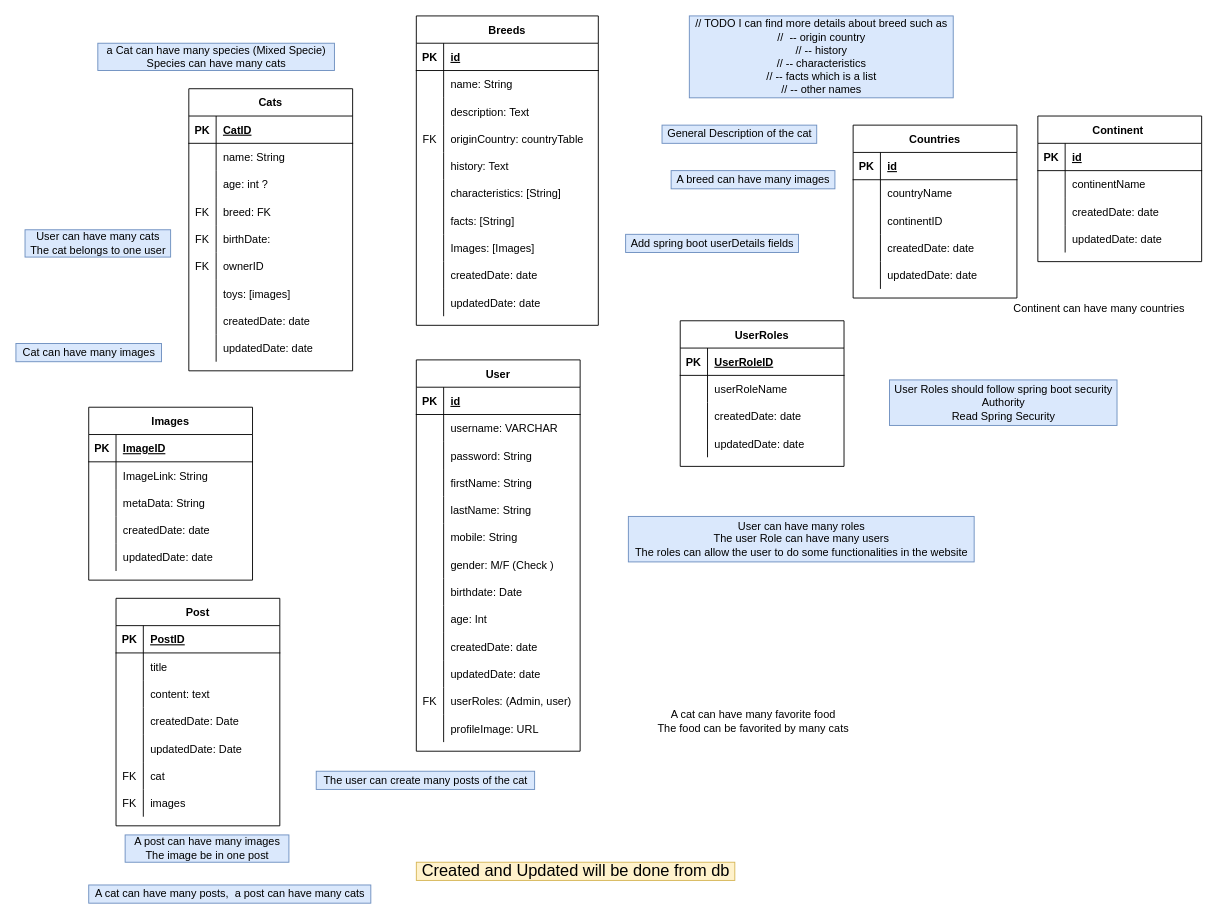
Above: documentation/diagrams/database/ERD.drawio in not9ahmed/cats-finder (draw.io), before the change. Source tidied: cells renumbered, new cells numbered last; positions are measured from the earlier drawing's top-left corner, leaving out a move shared by most shapes. Both pictures are drawn from the tidied source at 91%, with x=0, y=0 at pixel (15, 15).
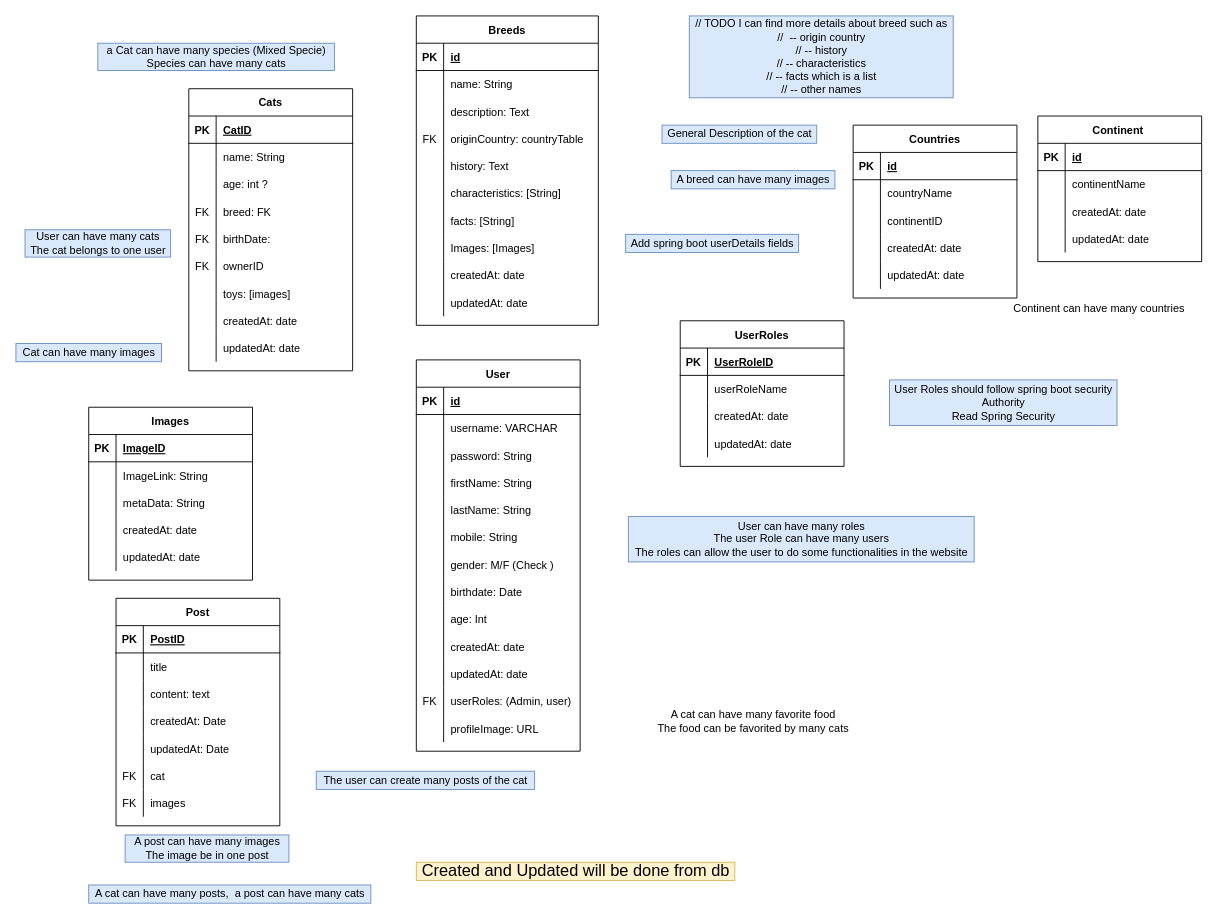
After the change.

The change refers to these unchanged cells:
```xml
<mxCell id="24" style="shape=tableRow;horizontal=0;startSize=0;swimlaneHead=0;swimlaneBody=0;fillColor=none;top=0;left=0;right=0;bottom=0;" parent="2" vertex="1">
  <mxGeometry y="240" width="180" height="30" as="geometry" />
</mxCell>
<mxCell id="27" style="shape=tableRow;horizontal=0;startSize=0;swimlaneHead=0;swimlaneBody=0;fillColor=none;top=0;left=0;right=0;bottom=0;" parent="2" vertex="1">
  <mxGeometry y="270" width="180" height="30" as="geometry" />
</mxCell>
<mxCell id="38" style="shape=tableRow;horizontal=0;startSize=0;swimlaneHead=0;swimlaneBody=0;fillColor=none;top=0;left=0;right=0;bottom=0;" parent="31" vertex="1">
  <mxGeometry y="90" width="180" height="30" as="geometry" />
</mxCell>
<mxCell id="41" style="shape=tableRow;horizontal=0;startSize=0;swimlaneHead=0;swimlaneBody=0;fillColor=none;top=0;left=0;right=0;bottom=0;" parent="31" vertex="1">
  <mxGeometry y="120" width="180" height="30" as="geometry" />
</mxCell>
<mxCell id="55" style="shape=tableRow;horizontal=0;startSize=0;swimlaneHead=0;swimlaneBody=0;fillColor=none;top=0;left=0;right=0;bottom=0;" parent="45" vertex="1">
  <mxGeometry y="120" width="180" height="30" as="geometry" />
</mxCell>
<mxCell id="58" style="shape=tableRow;horizontal=0;startSize=0;swimlaneHead=0;swimlaneBody=0;fillColor=none;top=0;left=0;right=0;bottom=0;" parent="45" vertex="1">
  <mxGeometry y="150" width="180" height="30" as="geometry" />
</mxCell>
<mxCell id="74" style="shape=tableRow;horizontal=0;startSize=0;swimlaneHead=0;swimlaneBody=0;fillColor=none;top=0;left=0;right=0;bottom=0;" parent="64" vertex="1">
  <mxGeometry y="120" width="180" height="30" as="geometry" />
</mxCell>
<mxCell id="77" style="shape=tableRow;horizontal=0;startSize=0;swimlaneHead=0;swimlaneBody=0;fillColor=none;top=0;left=0;right=0;bottom=0;" parent="64" vertex="1">
  <mxGeometry y="150" width="180" height="30" as="geometry" />
</mxCell>
<mxCell id="115" style="shape=tableRow;horizontal=0;startSize=0;swimlaneHead=0;swimlaneBody=0;fillColor=none;top=0;left=0;right=0;bottom=0;" parent="90" vertex="1">
  <mxGeometry y="270" width="200" height="30" as="geometry" />
</mxCell>
<mxCell id="118" style="shape=tableRow;horizontal=0;startSize=0;swimlaneHead=0;swimlaneBody=0;fillColor=none;top=0;left=0;right=0;bottom=0;" parent="90" vertex="1">
  <mxGeometry y="300" width="200" height="30" as="geometry" />
</mxCell>
<mxCell id="150" style="shape=tableRow;horizontal=0;startSize=0;swimlaneHead=0;swimlaneBody=0;fillColor=none;top=0;left=0;right=0;bottom=0;" parent="122" vertex="1">
  <mxGeometry y="300" width="180" height="30" as="geometry" />
</mxCell>
<mxCell id="153" style="shape=tableRow;horizontal=0;startSize=0;swimlaneHead=0;swimlaneBody=0;fillColor=none;top=0;left=0;right=0;bottom=0;" parent="122" vertex="1">
  <mxGeometry y="330" width="180" height="30" as="geometry" />
</mxCell>
<mxCell id="173" style="shape=tableRow;horizontal=0;startSize=0;swimlaneHead=0;swimlaneBody=0;fillColor=none;top=0;left=0;right=0;bottom=0;" parent="163" vertex="1">
  <mxGeometry y="120" width="180" height="30" as="geometry" />
</mxCell>
<mxCell id="176" style="shape=tableRow;horizontal=0;startSize=0;swimlaneHead=0;swimlaneBody=0;fillColor=none;top=0;left=0;right=0;bottom=0;" parent="163" vertex="1">
  <mxGeometry y="150" width="180" height="30" as="geometry" />
</mxCell>
<mxCell id="186" style="shape=tableRow;horizontal=0;startSize=0;swimlaneHead=0;swimlaneBody=0;fillColor=none;top=0;left=0;right=0;bottom=0;" parent="179" vertex="1">
  <mxGeometry y="90" width="180" height="30" as="geometry" />
</mxCell>
<mxCell id="189" style="shape=tableRow;horizontal=0;startSize=0;swimlaneHead=0;swimlaneBody=0;fillColor=none;top=0;left=0;right=0;bottom=0;" parent="179" vertex="1">
  <mxGeometry y="120" width="180" height="30" as="geometry" />
</mxCell>
```

What changed in the source:
```diff
@@
-    <mxCell id="26" value="createdDate: date" style="shape=partialRectangle;fillColor=none;top=0;left=0;bottom=0;right=0;align=left;spacingLeft=6;overflow=hidden;" parent="24" vertex="1">
+    <mxCell id="26" value="createdAt: date" style="shape=partialRectangle;fillColor=none;top=0;left=0;bottom=0;right=0;align=left;spacingLeft=6;overflow=hidden;" parent="24" vertex="1">
       <mxGeometry x="30" width="150" height="30" as="geometry" />
     </mxCell>
@@
-    <mxCell id="29" value="updatedDate: date" style="shape=partialRectangle;fillColor=none;top=0;left=0;bottom=0;right=0;align=left;spacingLeft=6;overflow=hidden;" parent="27" vertex="1">
+    <mxCell id="29" value="updatedAt: date" style="shape=partialRectangle;fillColor=none;top=0;left=0;bottom=0;right=0;align=left;spacingLeft=6;overflow=hidden;" parent="27" vertex="1">
       <mxGeometry x="30" width="150" height="30" as="geometry" />
     </mxCell>
@@
-    <mxCell id="40" value="createdDate: date" style="shape=partialRectangle;fillColor=none;top=0;left=0;bottom=0;right=0;align=left;spacingLeft=6;overflow=hidden;" parent="38" vertex="1">
+    <mxCell id="40" value="createdAt: date" style="shape=partialRectangle;fillColor=none;top=0;left=0;bottom=0;right=0;align=left;spacingLeft=6;overflow=hidden;" parent="38" vertex="1">
       <mxGeometry x="30" width="150" height="30" as="geometry" />
     </mxCell>
@@
-    <mxCell id="43" value="updatedDate: date" style="shape=partialRectangle;fillColor=none;top=0;left=0;bottom=0;right=0;align=left;spacingLeft=6;overflow=hidden;" parent="41" vertex="1">
+    <mxCell id="43" value="updatedAt: date" style="shape=partialRectangle;fillColor=none;top=0;left=0;bottom=0;right=0;align=left;spacingLeft=6;overflow=hidden;" parent="41" vertex="1">
       <mxGeometry x="30" width="150" height="30" as="geometry" />
     </mxCell>
@@
-    <mxCell id="57" value="createdDate: date" style="shape=partialRectangle;fillColor=none;top=0;left=0;bottom=0;right=0;align=left;spacingLeft=6;overflow=hidden;" parent="55" vertex="1">
+    <mxCell id="57" value="createdAt: date" style="shape=partialRectangle;fillColor=none;top=0;left=0;bottom=0;right=0;align=left;spacingLeft=6;overflow=hidden;" parent="55" vertex="1">
       <mxGeometry x="30" width="150" height="30" as="geometry" />
     </mxCell>
@@
-    <mxCell id="60" value="updatedDate: date" style="shape=partialRectangle;fillColor=none;top=0;left=0;bottom=0;right=0;align=left;spacingLeft=6;overflow=hidden;" parent="58" vertex="1">
+    <mxCell id="60" value="updatedAt: date" style="shape=partialRectangle;fillColor=none;top=0;left=0;bottom=0;right=0;align=left;spacingLeft=6;overflow=hidden;" parent="58" vertex="1">
       <mxGeometry x="30" width="150" height="30" as="geometry" />
     </mxCell>
@@
-    <mxCell id="76" value="createdDate: Date" style="shape=partialRectangle;fillColor=none;top=0;left=0;bottom=0;right=0;align=left;spacingLeft=6;overflow=hidden;" parent="74" vertex="1">
+    <mxCell id="76" value="createdAt: Date" style="shape=partialRectangle;fillColor=none;top=0;left=0;bottom=0;right=0;align=left;spacingLeft=6;overflow=hidden;" parent="74" vertex="1">
       <mxGeometry x="30" width="150" height="30" as="geometry" />
     </mxCell>
@@
-    <mxCell id="79" value="updatedDate: Date" style="shape=partialRectangle;fillColor=none;top=0;left=0;bottom=0;right=0;align=left;spacingLeft=6;overflow=hidden;" parent="77" vertex="1">
+    <mxCell id="79" value="updatedAt: Date" style="shape=partialRectangle;fillColor=none;top=0;left=0;bottom=0;right=0;align=left;spacingLeft=6;overflow=hidden;" parent="77" vertex="1">
       <mxGeometry x="30" width="150" height="30" as="geometry" />
     </mxCell>
@@
-    <mxCell id="117" value="createdDate: date" style="shape=partialRectangle;fillColor=none;top=0;left=0;bottom=0;right=0;align=left;spacingLeft=6;overflow=hidden;" parent="115" vertex="1">
+    <mxCell id="117" value="createdAt: date" style="shape=partialRectangle;fillColor=none;top=0;left=0;bottom=0;right=0;align=left;spacingLeft=6;overflow=hidden;" parent="115" vertex="1">
       <mxGeometry x="30" width="170" height="30" as="geometry" />
     </mxCell>
@@
-    <mxCell id="120" value="updatedDate: date" style="shape=partialRectangle;fillColor=none;top=0;left=0;bottom=0;right=0;align=left;spacingLeft=6;overflow=hidden;" parent="118" vertex="1">
+    <mxCell id="120" value="updatedAt: date" style="shape=partialRectangle;fillColor=none;top=0;left=0;bottom=0;right=0;align=left;spacingLeft=6;overflow=hidden;" parent="118" vertex="1">
       <mxGeometry x="30" width="170" height="30" as="geometry" />
     </mxCell>
@@
-    <mxCell id="152" value="createdDate: date" style="shape=partialRectangle;fillColor=none;top=0;left=0;bottom=0;right=0;align=left;spacingLeft=6;overflow=hidden;" parent="150" vertex="1">
+    <mxCell id="152" value="createdAt: date" style="shape=partialRectangle;fillColor=none;top=0;left=0;bottom=0;right=0;align=left;spacingLeft=6;overflow=hidden;" parent="150" vertex="1">
       <mxGeometry x="30" width="150" height="30" as="geometry" />
     </mxCell>
@@
-    <mxCell id="155" value="updatedDate: date" style="shape=partialRectangle;fillColor=none;top=0;left=0;bottom=0;right=0;align=left;spacingLeft=6;overflow=hidden;" parent="153" vertex="1">
+    <mxCell id="155" value="updatedAt: date" style="shape=partialRectangle;fillColor=none;top=0;left=0;bottom=0;right=0;align=left;spacingLeft=6;overflow=hidden;" parent="153" vertex="1">
       <mxGeometry x="30" width="150" height="30" as="geometry" />
     </mxCell>
@@
-    <mxCell id="175" value="createdDate: date" style="shape=partialRectangle;fillColor=none;top=0;left=0;bottom=0;right=0;align=left;spacingLeft=6;overflow=hidden;" parent="173" vertex="1">
+    <mxCell id="175" value="createdAt: date" style="shape=partialRectangle;fillColor=none;top=0;left=0;bottom=0;right=0;align=left;spacingLeft=6;overflow=hidden;" parent="173" vertex="1">
       <mxGeometry x="30" width="150" height="30" as="geometry" />
     </mxCell>
@@
-    <mxCell id="178" value="updatedDate: date" style="shape=partialRectangle;fillColor=none;top=0;left=0;bottom=0;right=0;align=left;spacingLeft=6;overflow=hidden;" parent="176" vertex="1">
+    <mxCell id="178" value="updatedAt: date" style="shape=partialRectangle;fillColor=none;top=0;left=0;bottom=0;right=0;align=left;spacingLeft=6;overflow=hidden;" parent="176" vertex="1">
       <mxGeometry x="30" width="150" height="30" as="geometry" />
     </mxCell>
@@
-    <mxCell id="188" value="createdDate: date" style="shape=partialRectangle;fillColor=none;top=0;left=0;bottom=0;right=0;align=left;spacingLeft=6;overflow=hidden;" parent="186" vertex="1">
+    <mxCell id="188" value="createdAt: date" style="shape=partialRectangle;fillColor=none;top=0;left=0;bottom=0;right=0;align=left;spacingLeft=6;overflow=hidden;" parent="186" vertex="1">
       <mxGeometry x="30" width="150" height="30" as="geometry" />
     </mxCell>
@@
-    <mxCell id="191" value="updatedDate: date" style="shape=partialRectangle;fillColor=none;top=0;left=0;bottom=0;right=0;align=left;spacingLeft=6;overflow=hidden;" parent="189" vertex="1">
+    <mxCell id="191" value="updatedAt: date" style="shape=partialRectangle;fillColor=none;top=0;left=0;bottom=0;right=0;align=left;spacingLeft=6;overflow=hidden;" parent="189" vertex="1">
       <mxGeometry x="30" width="150" height="30" as="geometry" />
     </mxCell>
```
